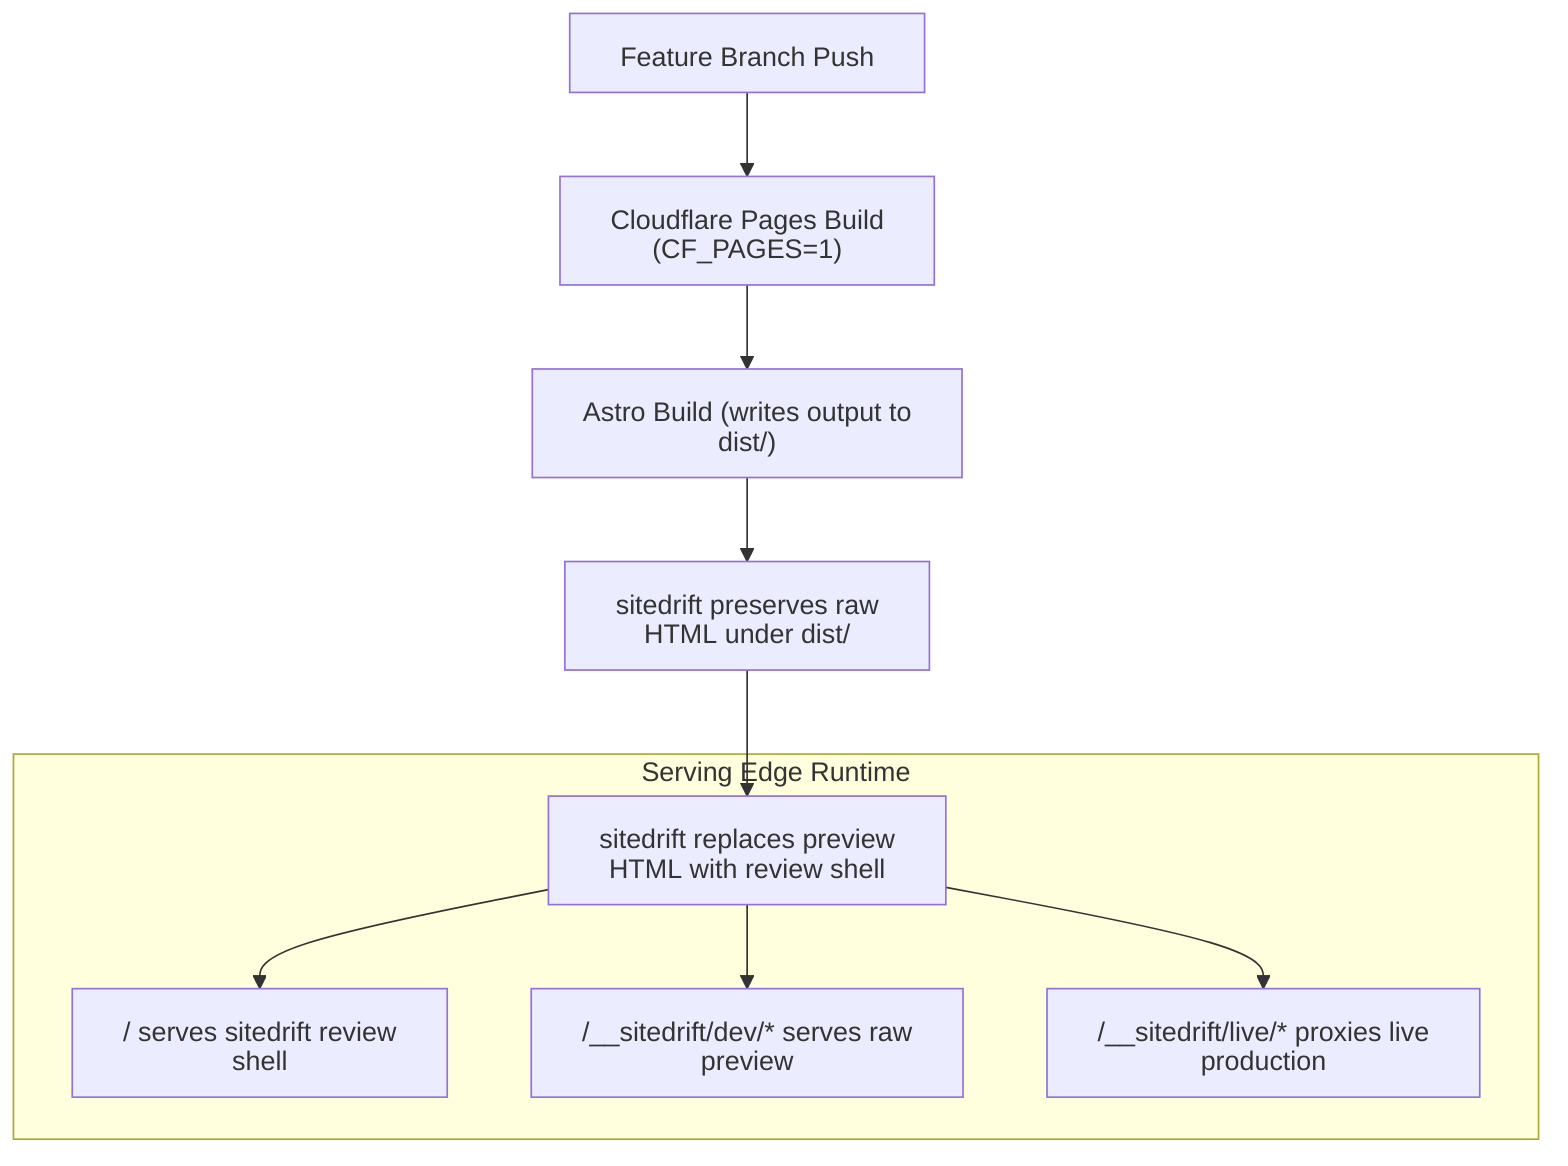
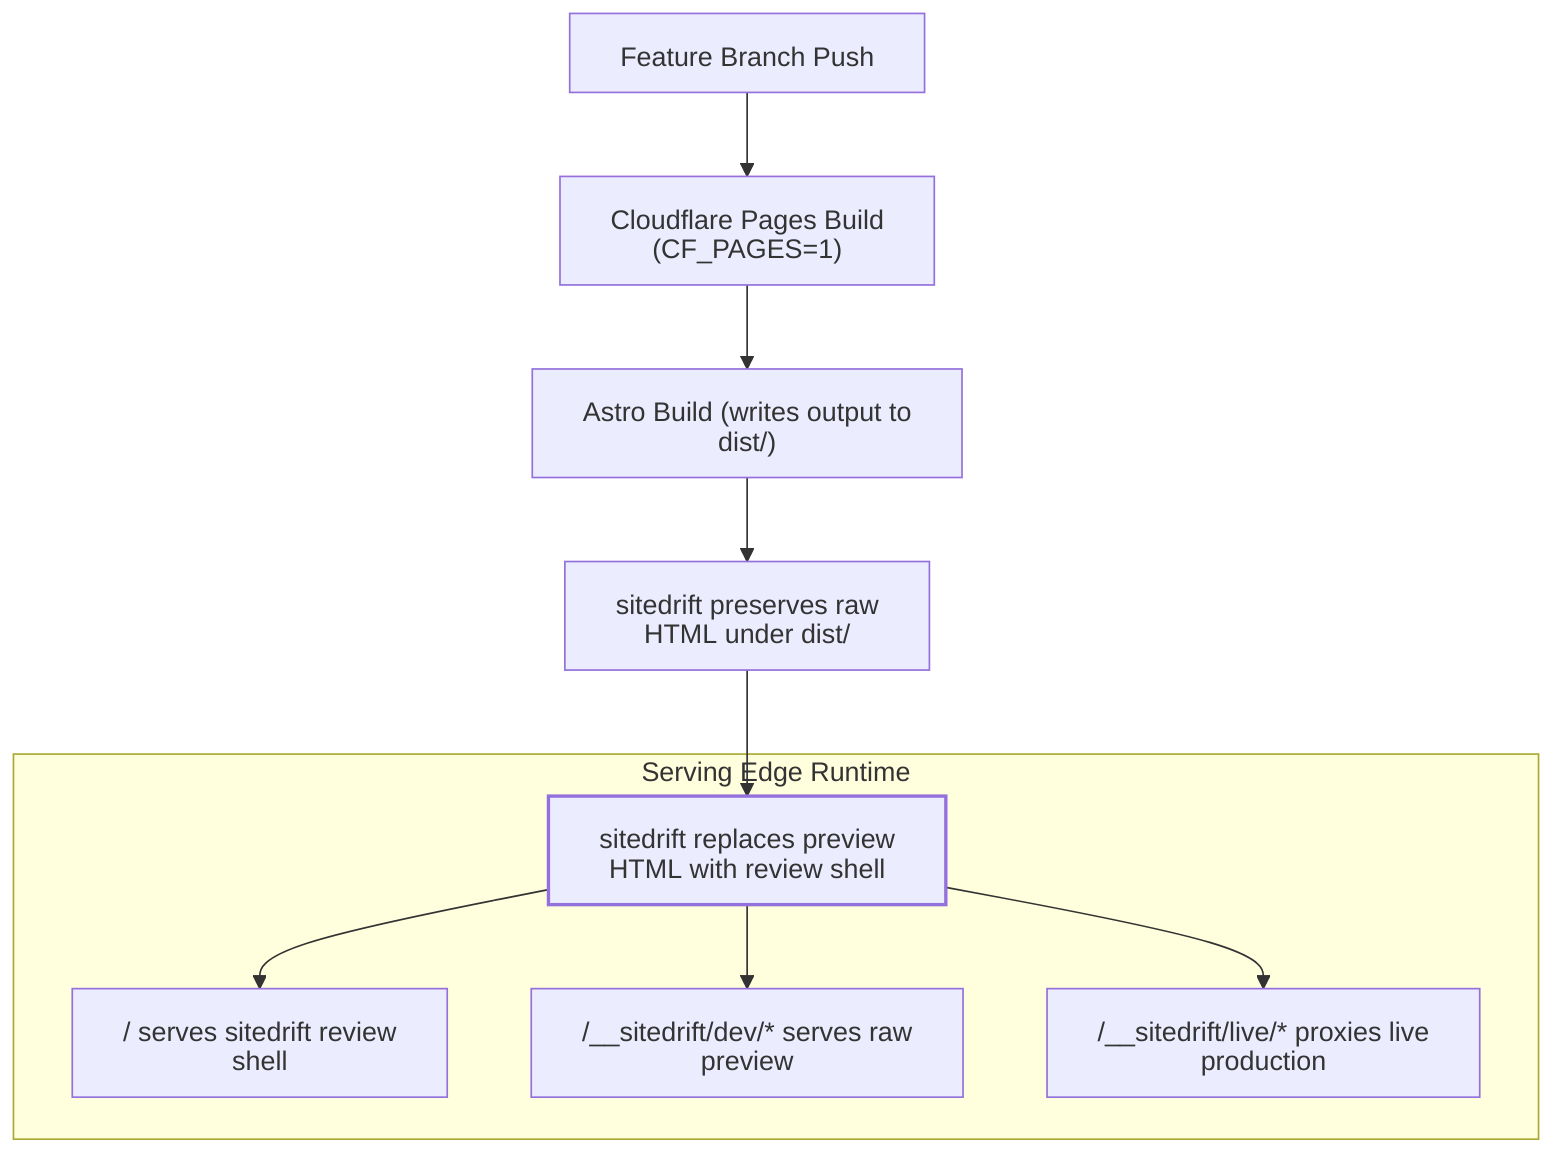
%%{init: { "htmlLabels": false } }%%
graph TD
    Push["Feature Branch Push"] --> CF["Cloudflare Pages Build (CF_PAGES=1)"]
    CF --> Astro["Astro Build (writes output to dist/)"]
    Astro --> SD_Preserve["sitedrift preserves raw HTML under dist/"]
    SD_Preserve --> SD_Replace["sitedrift replaces preview HTML with review shell"]

    subgraph Serving Edge Runtime
        SD_Replace --> Edge_Shell["/ serves sitedrift review shell"]
        SD_Replace --> Edge_Dev["/__sitedrift/dev/* serves raw preview"]
        SD_Replace --> Edge_Live["/__sitedrift/live/* proxies live production"]
    end
+ 
+     %% the transform hub every serving route fans out from
+     classDef anchor stroke-width:2px;
+     class SD_Replace anchor;
